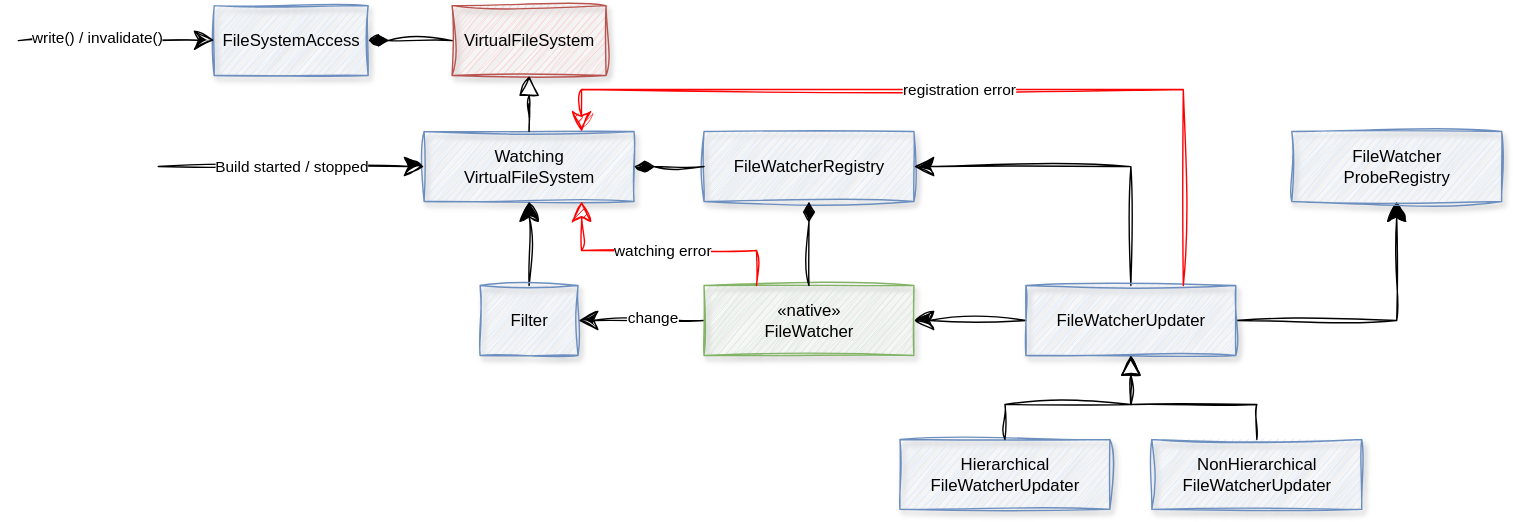
Before: platforms/core-execution/snapshots/File-System Watching.drawio.svg, a diagram exported from draw.io (gradle/gradle). Source tidied: cells renumbered, new cells last; positions are measured from the earlier drawing's top-left corner, leaving out a move shared by most shapes. Source of this version:
```xml
<mxGraphModel>
  <root>
    <mxCell id="0" />
    <mxCell id="1" parent="0" />
    <mxCell id="2" value="FileSystemAccess" style="html=1;whiteSpace=wrap;sketch=1;curveFitting=1;jiggle=2;shadow=1;fillColor=#dae8fc;strokeColor=#6c8ebf;" parent="1" vertex="1">
      <mxGeometry x="140" width="110" height="50" as="geometry" />
    </mxCell>
    <mxCell id="3" value="VirtualFileSystem" style="html=1;whiteSpace=wrap;sketch=1;curveFitting=1;jiggle=2;shadow=1;fillColor=#f8cecc;strokeColor=#b85450;" parent="1" vertex="1">
      <mxGeometry x="310" width="110" height="50" as="geometry" />
    </mxCell>
    <mxCell id="4" value="Watching&lt;br&gt;VirtualFileSystem" style="html=1;whiteSpace=wrap;sketch=1;curveFitting=1;jiggle=2;shadow=1;fillColor=#dae8fc;strokeColor=#6c8ebf;" parent="1" vertex="1">
      <mxGeometry x="290" y="90" width="150" height="50" as="geometry" />
    </mxCell>
    <mxCell id="5" style="edgeStyle=orthogonalEdgeStyle;shape=connector;rounded=0;sketch=1;jiggle=2;curveFitting=1;jettySize=auto;html=1;strokeColor=default;align=center;verticalAlign=middle;fontFamily=Helvetica;fontSize=11;fontColor=default;labelBackgroundColor=default;endArrow=block;endFill=0;startSize=12;endSize=12;exitX=0.5;exitY=0;exitDx=0;exitDy=0;" parent="1" edge="1" source="4" target="3">
      <mxGeometry relative="1" as="geometry" />
    </mxCell>
    <mxCell id="6" value="Build started / stopped" style="edgeStyle=orthogonalEdgeStyle;shape=connector;rounded=0;sketch=1;jiggle=2;curveFitting=1;orthogonalLoop=1;jettySize=auto;html=1;strokeColor=default;align=center;verticalAlign=middle;fontFamily=Helvetica;fontSize=11;fontColor=default;labelBackgroundColor=default;endArrow=classic;startSize=12;endSize=12;labelPosition=center;verticalLabelPosition=middle;labelBorderColor=none;spacingLeft=2;spacingRight=2;spacingBottom=2;spacingTop=2;fontStyle=0;" parent="1" edge="1">
      <mxGeometry relative="1" as="geometry">
        <mxPoint x="100" y="115" as="sourcePoint" />
        <mxPoint x="290" y="115" as="targetPoint" />
      </mxGeometry>
    </mxCell>
    <mxCell id="7" style="edgeStyle=orthogonalEdgeStyle;shape=connector;rounded=0;sketch=1;jiggle=2;curveFitting=1;orthogonalLoop=1;jettySize=auto;html=1;strokeColor=default;align=center;verticalAlign=middle;fontFamily=Helvetica;fontSize=11;fontColor=default;labelBackgroundColor=default;endArrow=classic;startSize=12;endSize=12;spacingLeft=2;spacingRight=2;spacingBottom=2;spacingTop=2;fontStyle=0;" parent="1" edge="1">
      <mxGeometry relative="1" as="geometry">
        <mxPoint y="25" as="sourcePoint" />
        <mxPoint x="140" y="24.7" as="targetPoint" />
      </mxGeometry>
    </mxCell>
    <mxCell id="8" value="write() / invalidate()" style="edgeLabel;html=1;align=center;verticalAlign=middle;" parent="7" vertex="1">
      <mxGeometry x="-0.2" y="2" relative="1" as="geometry" />
    </mxCell>
    <mxCell id="9" style="endArrow=diamondThin;endFill=1;endSize=12;html=1;rounded=0;sketch=1;jiggle=2;curveFitting=1;strokeColor=default;align=center;verticalAlign=middle;fontFamily=Helvetica;fontSize=11;fontColor=default;labelBackgroundColor=default;edgeStyle=orthogonalEdgeStyle;startSize=12;" parent="1" edge="1" source="3" target="2">
      <mxGeometry relative="1" as="geometry" />
    </mxCell>
    <mxCell id="10" value="FileWatcherRegistry" style="html=1;whiteSpace=wrap;sketch=1;curveFitting=1;jiggle=2;shadow=1;fillColor=#dae8fc;strokeColor=#6c8ebf;" parent="1" vertex="1">
      <mxGeometry x="490" y="90" width="150" height="50" as="geometry" />
    </mxCell>
    <mxCell id="11" style="edgeStyle=orthogonalEdgeStyle;shape=connector;rounded=0;sketch=1;jiggle=2;curveFitting=1;jettySize=auto;html=1;strokeColor=default;align=center;verticalAlign=middle;spacingLeft=2;spacingRight=2;spacingTop=2;spacingBottom=2;fontFamily=Helvetica;fontSize=11;fontColor=default;fontStyle=0;labelBorderColor=none;labelBackgroundColor=default;startSize=12;endArrow=classic;endSize=12;" parent="1" edge="1" source="13" target="27">
      <mxGeometry relative="1" as="geometry" />
    </mxCell>
    <mxCell id="12" value="change" style="edgeLabel;html=1;align=center;verticalAlign=middle;shadow=1;sketch=1;jiggle=2;curveFitting=1;strokeColor=#6c8ebf;fontFamily=Helvetica;fontSize=11;fontColor=default;fontStyle=0;labelBorderColor=none;labelBackgroundColor=default;fillColor=#dae8fc;" parent="11" vertex="1">
      <mxGeometry x="-0.17" y="-2" relative="1" as="geometry" />
    </mxCell>
    <mxCell id="13" value="&lt;div&gt;«native»&lt;br&gt;&lt;span style=&quot;background-color: transparent; color: light-dark(rgb(0, 0, 0), rgb(255, 255, 255));&quot;&gt;FileWatcher&lt;/span&gt;&lt;/div&gt;" style="html=1;whiteSpace=wrap;sketch=1;curveFitting=1;jiggle=2;shadow=1;fillColor=#d5e8d4;strokeColor=#82b366;" parent="1" vertex="1">
      <mxGeometry x="490" y="200" width="150" height="50" as="geometry" />
    </mxCell>
    <mxCell id="14" style="endArrow=diamondThin;endFill=1;endSize=12;html=1;rounded=0;sketch=1;jiggle=2;curveFitting=1;strokeColor=default;align=center;verticalAlign=middle;fontFamily=Helvetica;fontSize=11;fontColor=default;labelBackgroundColor=default;edgeStyle=orthogonalEdgeStyle;startSize=12;" parent="1" edge="1" source="13" target="10">
      <mxGeometry relative="1" as="geometry" />
    </mxCell>
    <mxCell id="15" style="endArrow=diamondThin;endFill=1;endSize=12;html=1;rounded=0;sketch=1;jiggle=2;curveFitting=1;strokeColor=default;align=center;verticalAlign=middle;fontFamily=Helvetica;fontSize=11;fontColor=default;labelBackgroundColor=default;edgeStyle=orthogonalEdgeStyle;startSize=12;" parent="1" edge="1" source="10" target="4">
      <mxGeometry relative="1" as="geometry" />
    </mxCell>
    <mxCell id="16" style="edgeStyle=orthogonalEdgeStyle;shape=connector;rounded=0;sketch=1;jiggle=2;curveFitting=1;jettySize=auto;html=1;strokeColor=default;align=center;verticalAlign=middle;spacingLeft=2;spacingRight=2;spacingTop=2;spacingBottom=2;fontFamily=Helvetica;fontSize=11;fontColor=default;fontStyle=0;labelBorderColor=none;labelBackgroundColor=default;startSize=12;endArrow=classic;endSize=12;" parent="1" edge="1" source="19" target="13">
      <mxGeometry relative="1" as="geometry" />
    </mxCell>
    <mxCell id="17" style="edgeStyle=orthogonalEdgeStyle;shape=connector;rounded=0;sketch=1;jiggle=2;curveFitting=1;jettySize=auto;html=1;strokeColor=default;align=center;verticalAlign=middle;spacingLeft=2;spacingRight=2;spacingTop=2;spacingBottom=2;fontFamily=Helvetica;fontSize=11;fontColor=default;fontStyle=0;labelBorderColor=none;labelBackgroundColor=default;startSize=12;endArrow=classic;endSize=12;exitX=0.5;exitY=0;exitDx=0;exitDy=0;entryX=1;entryY=0.5;entryDx=0;entryDy=0;" parent="1" edge="1" source="19" target="10">
      <mxGeometry relative="1" as="geometry" />
    </mxCell>
    <mxCell id="18" style="edgeStyle=orthogonalEdgeStyle;shape=connector;rounded=0;sketch=1;jiggle=2;curveFitting=1;jettySize=auto;html=1;strokeColor=default;align=center;verticalAlign=middle;spacingLeft=2;spacingRight=2;spacingTop=2;spacingBottom=2;fontFamily=Helvetica;fontSize=11;fontColor=default;fontStyle=0;labelBorderColor=none;labelBackgroundColor=default;startSize=12;endArrow=classic;endSize=12;" parent="1" edge="1" source="19" target="28">
      <mxGeometry relative="1" as="geometry" />
    </mxCell>
    <mxCell id="19" value="FileWatcherUpdater" style="html=1;whiteSpace=wrap;sketch=1;curveFitting=1;jiggle=2;shadow=1;fillColor=#dae8fc;strokeColor=#6c8ebf;" parent="1" vertex="1">
      <mxGeometry x="720" y="200" width="150" height="50" as="geometry" />
    </mxCell>
    <mxCell id="20" value="Hierarchical&lt;br&gt;FileWatcherUpdater" style="html=1;whiteSpace=wrap;sketch=1;curveFitting=1;jiggle=2;shadow=1;fillColor=#dae8fc;strokeColor=#6c8ebf;" parent="1" vertex="1">
      <mxGeometry x="630" y="310" width="150" height="50" as="geometry" />
    </mxCell>
    <mxCell id="21" value="NonHierarchical&lt;br&gt;FileWatcherUpdater" style="html=1;whiteSpace=wrap;sketch=1;curveFitting=1;jiggle=2;shadow=1;fillColor=#dae8fc;strokeColor=#6c8ebf;" parent="1" vertex="1">
      <mxGeometry x="810" y="310" width="150" height="50" as="geometry" />
    </mxCell>
    <mxCell id="22" style="edgeStyle=orthogonalEdgeStyle;shape=connector;rounded=0;sketch=1;jiggle=2;curveFitting=1;jettySize=auto;html=1;strokeColor=default;align=center;verticalAlign=middle;fontFamily=Helvetica;fontSize=11;fontColor=default;labelBackgroundColor=default;endArrow=block;endFill=0;startSize=12;endSize=12;" parent="1" edge="1" source="20" target="19">
      <mxGeometry relative="1" as="geometry" />
    </mxCell>
    <mxCell id="23" style="edgeStyle=orthogonalEdgeStyle;shape=connector;rounded=0;sketch=1;jiggle=2;curveFitting=1;jettySize=auto;html=1;strokeColor=default;align=center;verticalAlign=middle;fontFamily=Helvetica;fontSize=11;fontColor=default;labelBackgroundColor=default;endArrow=block;endFill=0;startSize=12;endSize=12;" parent="1" edge="1" source="21" target="19">
      <mxGeometry relative="1" as="geometry" />
    </mxCell>
    <mxCell id="24" value="registration error" style="edgeStyle=orthogonalEdgeStyle;shape=connector;rounded=0;sketch=1;jiggle=2;curveFitting=1;jettySize=auto;html=1;strokeColor=#FF0000;align=center;verticalAlign=middle;spacingLeft=2;spacingRight=2;spacingTop=2;spacingBottom=2;fontFamily=Helvetica;fontSize=11;fontColor=default;fontStyle=0;labelBorderColor=none;labelBackgroundColor=default;startSize=12;endArrow=classic;endSize=12;exitX=0.75;exitY=0;exitDx=0;exitDy=0;entryX=0.75;entryY=0;entryDx=0;entryDy=0;endFill=1;" parent="1" edge="1" source="19" target="4">
      <mxGeometry relative="1" as="geometry" />
    </mxCell>
    <mxCell id="25" value="watching error" style="edgeStyle=orthogonalEdgeStyle;shape=connector;rounded=0;sketch=1;jiggle=2;curveFitting=1;jettySize=auto;html=1;strokeColor=#FF0000;align=center;verticalAlign=middle;spacingLeft=2;spacingRight=2;spacingTop=2;spacingBottom=2;fontFamily=Helvetica;fontSize=11;fontColor=default;fontStyle=0;labelBorderColor=none;labelBackgroundColor=default;startSize=12;endArrow=classic;endSize=12;endFill=1;exitX=0.25;exitY=0;exitDx=0;exitDy=0;entryX=0.75;entryY=1;entryDx=0;entryDy=0;" parent="1" edge="1" source="13" target="4">
      <mxGeometry relative="1" as="geometry" />
    </mxCell>
    <mxCell id="26" style="edgeStyle=orthogonalEdgeStyle;shape=connector;rounded=0;sketch=1;jiggle=2;curveFitting=1;jettySize=auto;html=1;strokeColor=default;align=center;verticalAlign=middle;spacingLeft=2;spacingRight=2;spacingTop=2;spacingBottom=2;fontFamily=Helvetica;fontSize=11;fontColor=default;fontStyle=0;labelBorderColor=none;labelBackgroundColor=default;startSize=12;endArrow=classic;endSize=12;" parent="1" edge="1" source="27" target="4">
      <mxGeometry relative="1" as="geometry" />
    </mxCell>
    <mxCell id="27" value="Filter" style="html=1;whiteSpace=wrap;sketch=1;curveFitting=1;jiggle=2;shadow=1;fillColor=#dae8fc;strokeColor=#6c8ebf;" parent="1" vertex="1">
      <mxGeometry x="330" y="200" width="70" height="50" as="geometry" />
    </mxCell>
    <mxCell id="28" value="FileWatcher&lt;br&gt;ProbeRegistry" style="html=1;whiteSpace=wrap;sketch=1;curveFitting=1;jiggle=2;shadow=1;fillColor=#dae8fc;strokeColor=#6c8ebf;" parent="1" vertex="1">
      <mxGeometry x="910" y="90" width="150" height="50" as="geometry" />
    </mxCell>
  </root>
</mxGraphModel>
```
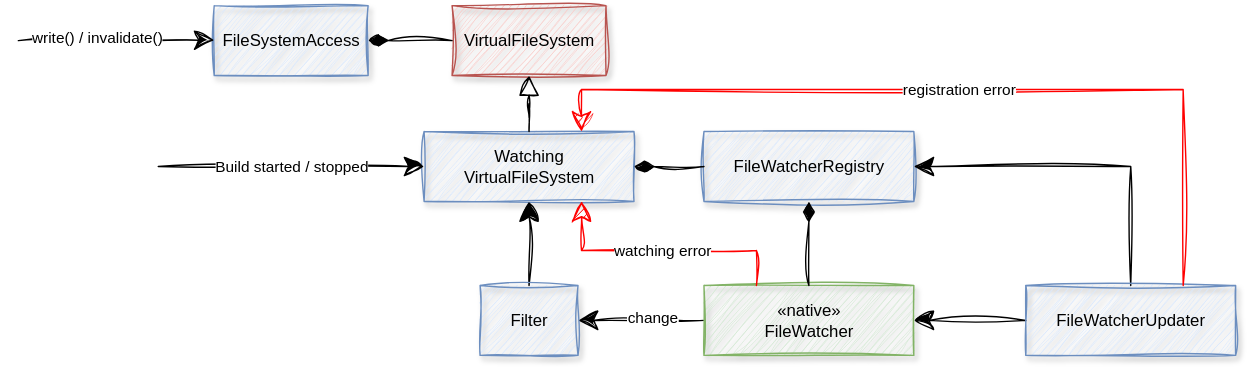
After the change.

Change to the diagram source:
```diff
@@ -56,24 +56,9 @@
     <mxCell id="17" style="edgeStyle=orthogonalEdgeStyle;shape=connector;rounded=0;sketch=1;jiggle=2;curveFitting=1;jettySize=auto;html=1;strokeColor=default;align=center;verticalAlign=middle;spacingLeft=2;spacingRight=2;spacingTop=2;spacingBottom=2;fontFamily=Helvetica;fontSize=11;fontColor=default;fontStyle=0;labelBorderColor=none;labelBackgroundColor=default;startSize=12;endArrow=classic;endSize=12;exitX=0.5;exitY=0;exitDx=0;exitDy=0;entryX=1;entryY=0.5;entryDx=0;entryDy=0;" parent="1" edge="1" source="19" target="10">
       <mxGeometry relative="1" as="geometry" />
     </mxCell>
-    <mxCell id="18" style="edgeStyle=orthogonalEdgeStyle;shape=connector;rounded=0;sketch=1;jiggle=2;curveFitting=1;jettySize=auto;html=1;strokeColor=default;align=center;verticalAlign=middle;spacingLeft=2;spacingRight=2;spacingTop=2;spacingBottom=2;fontFamily=Helvetica;fontSize=11;fontColor=default;fontStyle=0;labelBorderColor=none;labelBackgroundColor=default;startSize=12;endArrow=classic;endSize=12;" parent="1" edge="1" source="19" target="28">
-      <mxGeometry relative="1" as="geometry" />
-    </mxCell>
     <mxCell id="19" value="FileWatcherUpdater" style="html=1;whiteSpace=wrap;sketch=1;curveFitting=1;jiggle=2;shadow=1;fillColor=#dae8fc;strokeColor=#6c8ebf;" parent="1" vertex="1">
       <mxGeometry x="720" y="200" width="150" height="50" as="geometry" />
     </mxCell>
-    <mxCell id="20" value="Hierarchical&lt;br&gt;FileWatcherUpdater" style="html=1;whiteSpace=wrap;sketch=1;curveFitting=1;jiggle=2;shadow=1;fillColor=#dae8fc;strokeColor=#6c8ebf;" parent="1" vertex="1">
-      <mxGeometry x="630" y="310" width="150" height="50" as="geometry" />
-    </mxCell>
-    <mxCell id="21" value="NonHierarchical&lt;br&gt;FileWatcherUpdater" style="html=1;whiteSpace=wrap;sketch=1;curveFitting=1;jiggle=2;shadow=1;fillColor=#dae8fc;strokeColor=#6c8ebf;" parent="1" vertex="1">
-      <mxGeometry x="810" y="310" width="150" height="50" as="geometry" />
-    </mxCell>
-    <mxCell id="22" style="edgeStyle=orthogonalEdgeStyle;shape=connector;rounded=0;sketch=1;jiggle=2;curveFitting=1;jettySize=auto;html=1;strokeColor=default;align=center;verticalAlign=middle;fontFamily=Helvetica;fontSize=11;fontColor=default;labelBackgroundColor=default;endArrow=block;endFill=0;startSize=12;endSize=12;" parent="1" edge="1" source="20" target="19">
-      <mxGeometry relative="1" as="geometry" />
-    </mxCell>
-    <mxCell id="23" style="edgeStyle=orthogonalEdgeStyle;shape=connector;rounded=0;sketch=1;jiggle=2;curveFitting=1;jettySize=auto;html=1;strokeColor=default;align=center;verticalAlign=middle;fontFamily=Helvetica;fontSize=11;fontColor=default;labelBackgroundColor=default;endArrow=block;endFill=0;startSize=12;endSize=12;" parent="1" edge="1" source="21" target="19">
-      <mxGeometry relative="1" as="geometry" />
-    </mxCell>
     <mxCell id="24" value="registration error" style="edgeStyle=orthogonalEdgeStyle;shape=connector;rounded=0;sketch=1;jiggle=2;curveFitting=1;jettySize=auto;html=1;strokeColor=#FF0000;align=center;verticalAlign=middle;spacingLeft=2;spacingRight=2;spacingTop=2;spacingBottom=2;fontFamily=Helvetica;fontSize=11;fontColor=default;fontStyle=0;labelBorderColor=none;labelBackgroundColor=default;startSize=12;endArrow=classic;endSize=12;exitX=0.75;exitY=0;exitDx=0;exitDy=0;entryX=0.75;entryY=0;entryDx=0;entryDy=0;endFill=1;" parent="1" edge="1" source="19" target="4">
       <mxGeometry relative="1" as="geometry" />
     </mxCell>
@@ -86,8 +71,5 @@
     <mxCell id="27" value="Filter" style="html=1;whiteSpace=wrap;sketch=1;curveFitting=1;jiggle=2;shadow=1;fillColor=#dae8fc;strokeColor=#6c8ebf;" parent="1" vertex="1">
       <mxGeometry x="330" y="200" width="70" height="50" as="geometry" />
     </mxCell>
-    <mxCell id="28" value="FileWatcher&lt;br&gt;ProbeRegistry" style="html=1;whiteSpace=wrap;sketch=1;curveFitting=1;jiggle=2;shadow=1;fillColor=#dae8fc;strokeColor=#6c8ebf;" parent="1" vertex="1">
-      <mxGeometry x="910" y="90" width="150" height="50" as="geometry" />
-    </mxCell>
   </root>
 </mxGraphModel>
```
